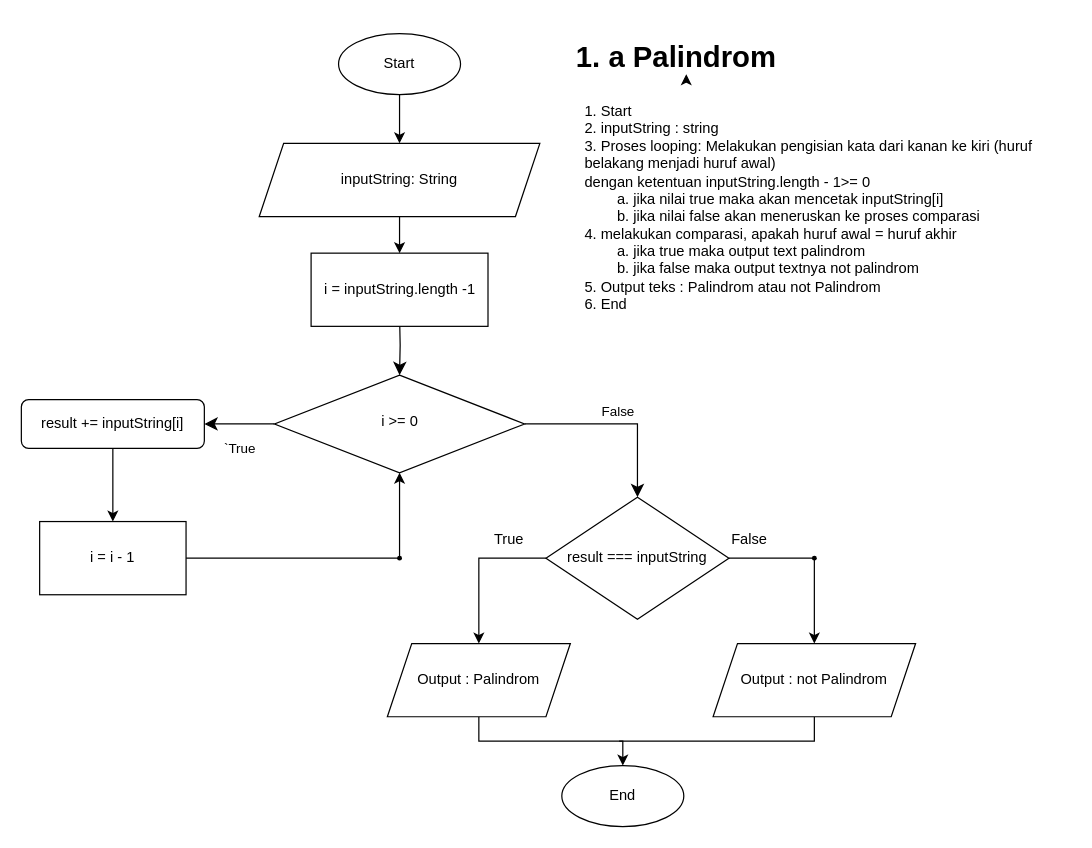
Above: 1a Palindrom.drawio in PututN/fw12-javascript1 (draw.io), before the change. Source tidied: cells renumbered, new cells numbered last; positions are measured from the earlier drawing's top-left corner, leaving out a move shared by most shapes. Both pictures are drawn from the tidied source at 122%, with x=0, y=0 at pixel (21, 33).
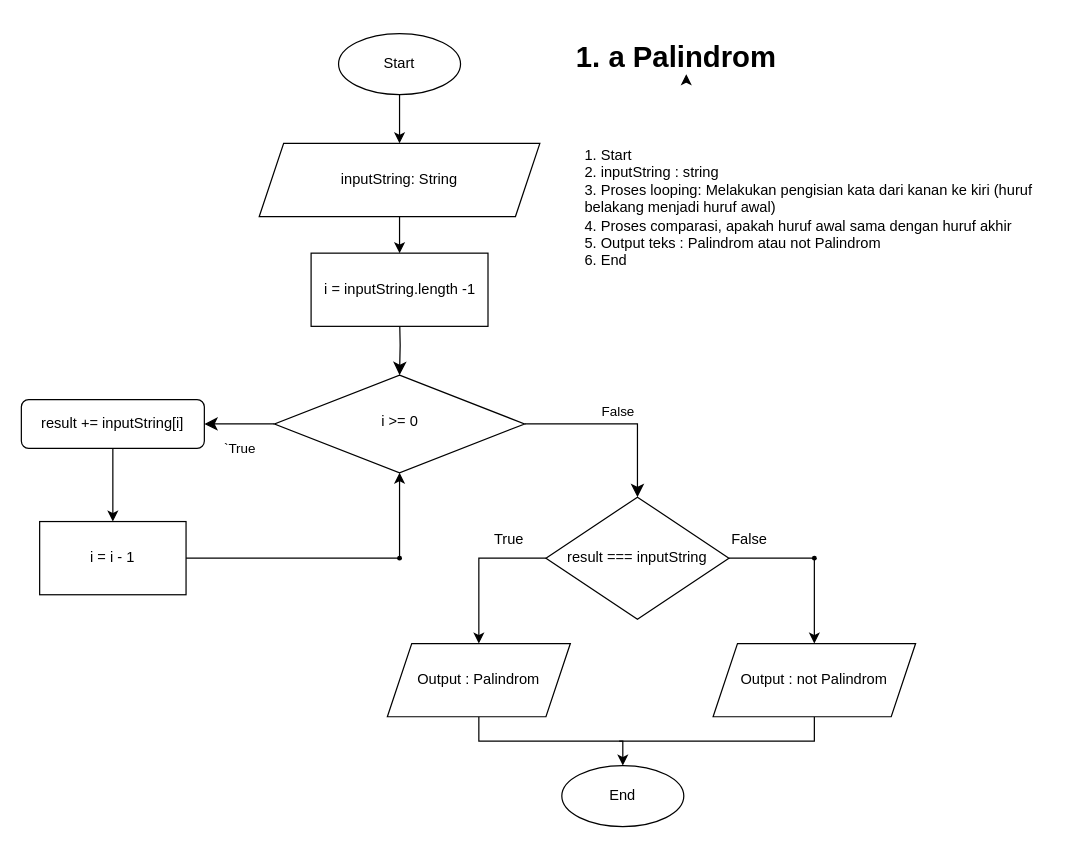
Above is the later version.

Change to the diagram source:
```diff
@@
-    <mxCell id="16" value="&lt;div&gt;1. Start&lt;/div&gt;&lt;div&gt;2.&amp;nbsp;&lt;span style=&quot;text-align: center;&quot;&gt;inputString&amp;nbsp;&lt;/span&gt;: string&lt;/div&gt;&lt;div&gt;3. Proses looping: Melakukan pengisian kata dari kanan ke kiri (huruf belakang menjadi huruf awal)&lt;/div&gt;&lt;div&gt;dengan ketentuan&amp;nbsp;&lt;span style=&quot;background-color: initial;&quot;&gt;inputString.length - 1&amp;gt;= 0&amp;nbsp;&lt;/span&gt;&lt;/div&gt;&lt;div&gt;&lt;span style=&quot;background-color: initial;&quot;&gt;&lt;span style=&quot;white-space: pre;&quot;&gt;&#9;&lt;/span&gt;a. jika nilai true maka akan mencetak inputString[i]&lt;/span&gt;&lt;/div&gt;&lt;div&gt;&lt;span style=&quot;white-space: pre;&quot;&gt;&#9;&lt;/span&gt;b. jika nilai false akan meneruskan ke proses comparasi&lt;/div&gt;&lt;div&gt;4. melakukan comparasi, apakah huruf awal = huruf akhir&lt;/div&gt;&lt;div&gt;&lt;span style=&quot;white-space: pre;&quot;&gt;&#9;&lt;/span&gt;a. jika true maka output text palindrom&lt;/div&gt;&lt;div&gt;&lt;span style=&quot;white-space: pre;&quot;&gt;&#9;&lt;/span&gt;b. jika false maka output textnya not palindrom&lt;/div&gt;&lt;div&gt;&lt;span style=&quot;background-color: initial;&quot;&gt;5. Output teks : Palindrom atau not Palindrom&lt;/span&gt;&lt;/div&gt;&lt;div&gt;6. End&lt;/div&gt;&lt;div&gt;&lt;br&gt;&lt;/div&gt;" style="text;html=1;strokeColor=none;fillColor=none;align=left;verticalAlign=middle;whiteSpace=wrap;rounded=0;" parent="1" vertex="1">
+    <mxCell id="16" value="&lt;div&gt;1. Start&lt;/div&gt;&lt;div&gt;2.&amp;nbsp;&lt;span style=&quot;text-align: center;&quot;&gt;inputString&amp;nbsp;&lt;/span&gt;: string&lt;/div&gt;&lt;div&gt;3. Proses looping: Melakukan pengisian kata dari kanan ke kiri (huruf belakang menjadi huruf awal)&lt;/div&gt;&lt;div&gt;&lt;span style=&quot;background-color: initial;&quot;&gt;4. Proses comparasi, apakah huruf awal sama dengan huruf akhir&lt;/span&gt;&lt;/div&gt;&lt;div&gt;&lt;span style=&quot;background-color: initial;&quot;&gt;5. Output teks : Palindrom atau not Palindrom&lt;/span&gt;&lt;/div&gt;&lt;div&gt;6. End&lt;/div&gt;&lt;div&gt;&lt;br&gt;&lt;/div&gt;" style="text;html=1;strokeColor=none;fillColor=none;align=left;verticalAlign=middle;whiteSpace=wrap;rounded=0;" parent="1" vertex="1">
       <mxGeometry x="460" y="50" width="400" height="200" as="geometry" />
     </mxCell>
```
